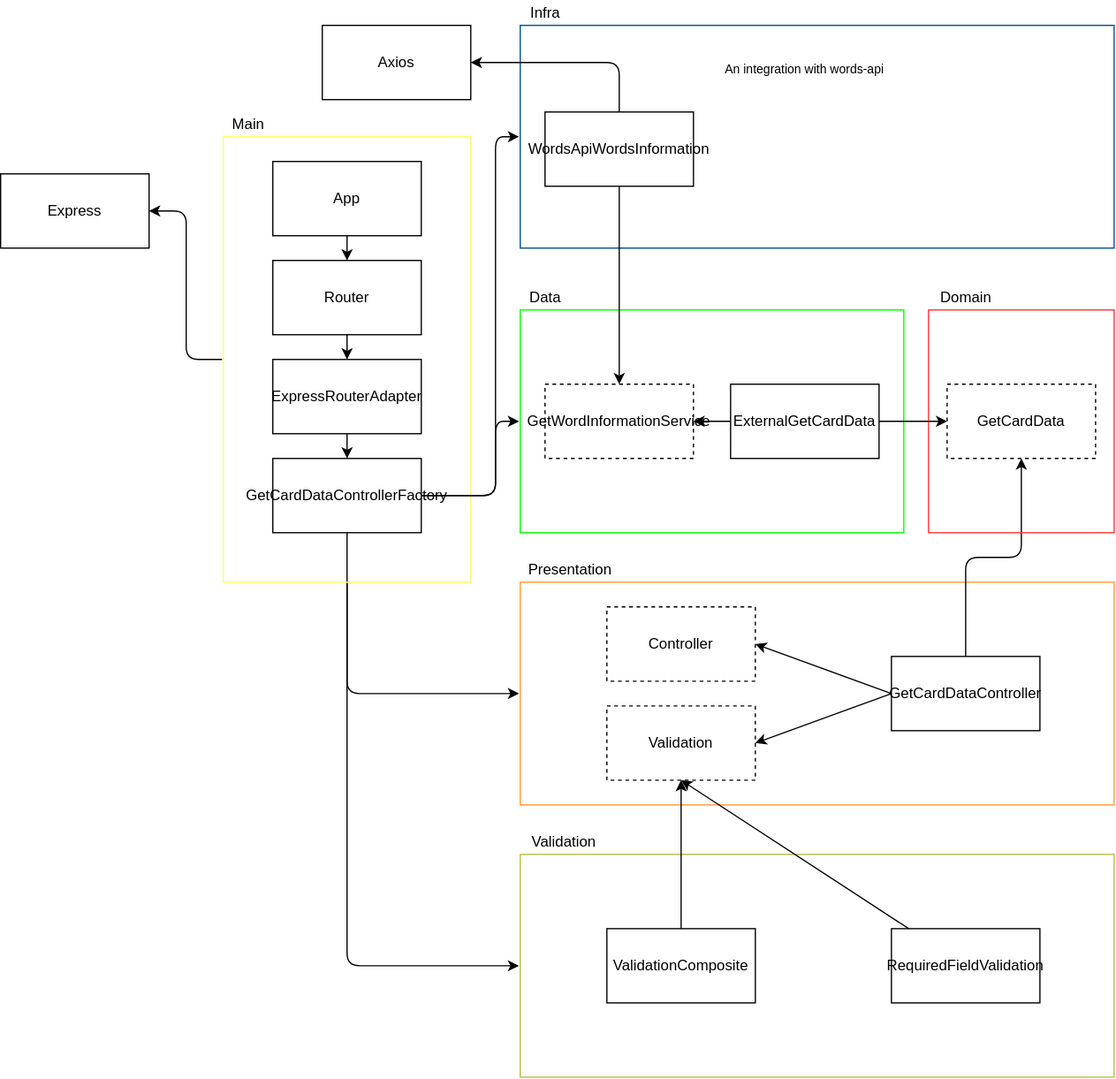
The draw.io diagram diagram.drawio.svg in saymow/Anki-Vocabulary-Builder-Helper, before a commit. Source tidied: cells renumbered, new cells last; positions are measured from the earlier drawing's top-left corner, leaving out a move shared by most shapes.
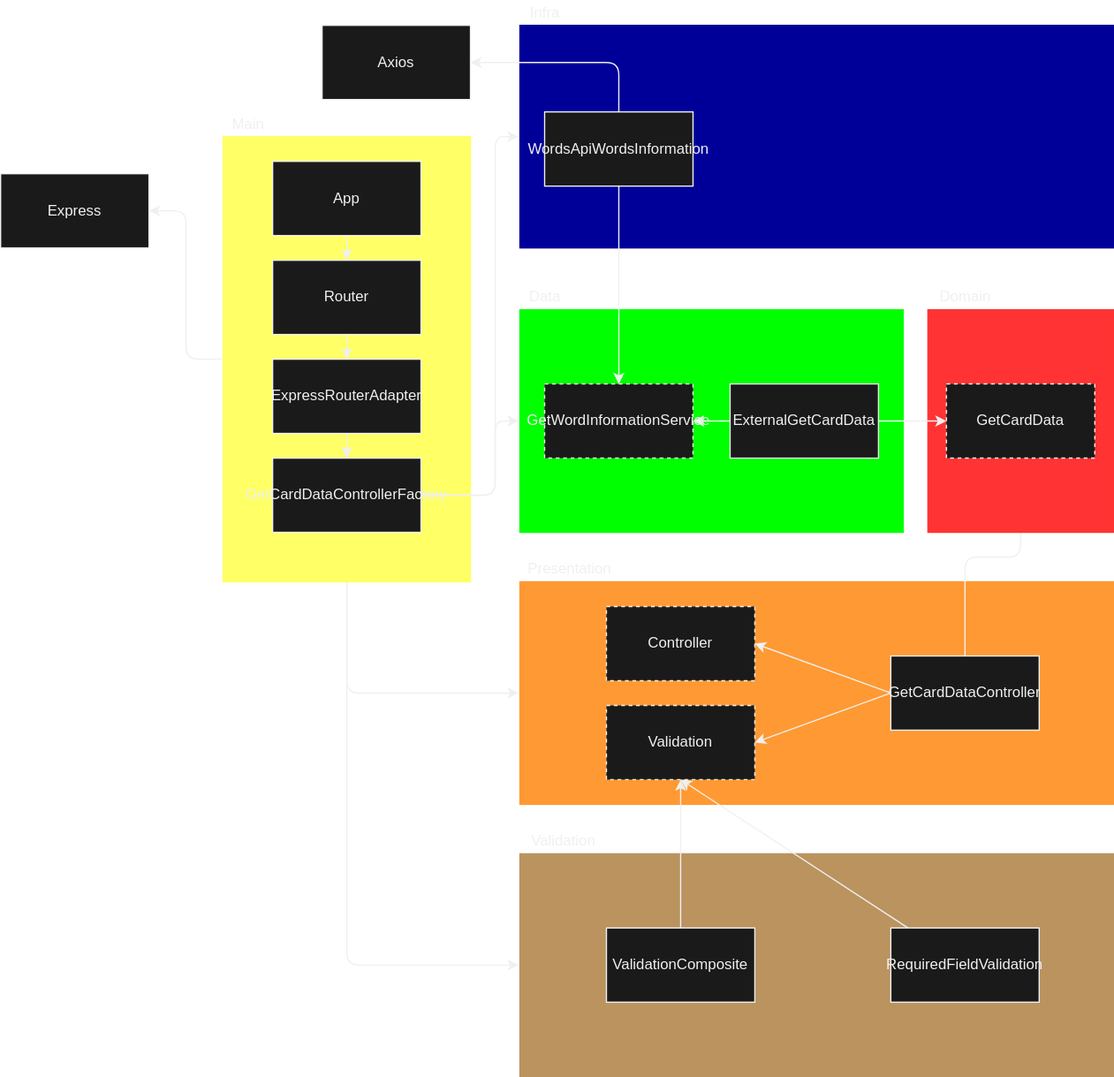
Later version of the same file.

Commit message:
chore: update dependencies diagram

Change to the diagram source:
```diff
@@ -2,7 +2,7 @@
   <root>
     <mxCell id="0" />
     <mxCell id="1" parent="0" />
-    <mxCell id="2" style="edgeStyle=none;html=1;entryX=1;entryY=0.5;entryDx=0;entryDy=0;" parent="1" edge="1" source="5" target="13">
+    <mxCell id="2" style="edgeStyle=none;html=1;entryX=1;entryY=0.5;entryDx=0;entryDy=0;fontColor=#F0F0F0;strokeColor=#F0F0F0;" parent="1" edge="1" source="5" target="13">
       <mxGeometry relative="1" as="geometry">
         <Array as="points">
           <mxPoint x="150" y="290" />
@@ -10,51 +10,51 @@
         </Array>
       </mxGeometry>
     </mxCell>
-    <mxCell id="3" style="edgeStyle=none;html=1;entryX=0;entryY=0.5;entryDx=0;entryDy=0;" parent="1" edge="1" source="5" target="14">
+    <mxCell id="3" style="edgeStyle=none;html=1;entryX=0;entryY=0.5;entryDx=0;entryDy=0;fontColor=#F0F0F0;strokeColor=#F0F0F0;" parent="1" edge="1" source="5" target="14">
       <mxGeometry relative="1" as="geometry">
         <Array as="points">
           <mxPoint x="280" y="560" />
         </Array>
       </mxGeometry>
     </mxCell>
-    <mxCell id="4" style="edgeStyle=none;html=1;entryX=0;entryY=0.5;entryDx=0;entryDy=0;exitX=0.5;exitY=1;exitDx=0;exitDy=0;" parent="1" edge="1" source="17" target="24">
+    <mxCell id="4" style="edgeStyle=none;html=1;entryX=0;entryY=0.5;entryDx=0;entryDy=0;exitX=0.5;exitY=1;exitDx=0;exitDy=0;fontColor=#F0F0F0;strokeColor=#F0F0F0;" parent="1" edge="1" source="17" target="24">
       <mxGeometry relative="1" as="geometry">
         <Array as="points">
           <mxPoint x="280" y="780" />
         </Array>
       </mxGeometry>
     </mxCell>
-    <mxCell id="5" style="rounded=0;whiteSpace=wrap;html=1;fillColor=none;fontColor=#000000;strokeColor=#FFFF66;perimeterSpacing=1;" parent="1" vertex="1">
+    <mxCell id="5" style="rounded=0;whiteSpace=wrap;html=1;fillColor=#FFFF66;fontColor=#F0F0F0;strokeColor=#FFFF66;perimeterSpacing=1;" parent="1" vertex="1">
       <mxGeometry x="180" y="110" width="200" height="360" as="geometry" />
     </mxCell>
-    <mxCell id="6" value="Main&lt;br&gt;" style="text;html=1;align=center;verticalAlign=middle;strokeColor=none;fillColor=none;" parent="1" vertex="1">
+    <mxCell id="6" value="Main&lt;br&gt;" style="text;html=1;align=center;verticalAlign=middle;strokeColor=none;fillColor=none;fontColor=#F0F0F0;" parent="1" vertex="1">
       <mxGeometry x="180" y="90" width="40" height="20" as="geometry" />
     </mxCell>
-    <mxCell id="7" style="edgeStyle=none;html=1;entryX=0.5;entryY=0;entryDx=0;entryDy=0;" parent="1" edge="1" source="8" target="10">
+    <mxCell id="7" style="edgeStyle=none;html=1;entryX=0.5;entryY=0;entryDx=0;entryDy=0;fontColor=#F0F0F0;strokeColor=#F0F0F0;" parent="1" edge="1" source="8" target="10">
       <mxGeometry relative="1" as="geometry" />
     </mxCell>
-    <mxCell id="8" value="App" style="rounded=0;whiteSpace=wrap;html=1;fillColor=none;" parent="1" vertex="1">
+    <mxCell id="8" value="App" style="rounded=0;whiteSpace=wrap;html=1;fillColor=#1A1A1A;fontColor=#F0F0F0;strokeColor=#F0F0F0;" parent="1" vertex="1">
       <mxGeometry x="220" y="130" width="120" height="60" as="geometry" />
     </mxCell>
-    <mxCell id="9" style="edgeStyle=none;html=1;entryX=0.5;entryY=0;entryDx=0;entryDy=0;" parent="1" edge="1" source="10" target="12">
+    <mxCell id="9" style="edgeStyle=none;html=1;entryX=0.5;entryY=0;entryDx=0;entryDy=0;fontColor=#F0F0F0;strokeColor=#F0F0F0;" parent="1" edge="1" source="10" target="12">
       <mxGeometry relative="1" as="geometry" />
     </mxCell>
-    <mxCell id="10" value="Router" style="rounded=0;whiteSpace=wrap;html=1;fillColor=none;" parent="1" vertex="1">
+    <mxCell id="10" value="Router" style="rounded=0;whiteSpace=wrap;html=1;fillColor=#1A1A1A;fontColor=#F0F0F0;strokeColor=#F0F0F0;" parent="1" vertex="1">
       <mxGeometry x="220" y="210" width="120" height="60" as="geometry" />
     </mxCell>
-    <mxCell id="11" style="edgeStyle=none;html=1;entryX=0.5;entryY=0;entryDx=0;entryDy=0;" parent="1" edge="1" source="12" target="17">
+    <mxCell id="11" style="edgeStyle=none;html=1;entryX=0.5;entryY=0;entryDx=0;entryDy=0;fontColor=#F0F0F0;strokeColor=#F0F0F0;" parent="1" edge="1" source="12" target="17">
       <mxGeometry relative="1" as="geometry" />
     </mxCell>
-    <mxCell id="12" value="ExpressRouterAdapter" style="rounded=0;whiteSpace=wrap;html=1;fillColor=none;" parent="1" vertex="1">
+    <mxCell id="12" value="ExpressRouterAdapter" style="rounded=0;whiteSpace=wrap;html=1;fillColor=#1A1A1A;fontColor=#F0F0F0;strokeColor=#F0F0F0;" parent="1" vertex="1">
       <mxGeometry x="220" y="290" width="120" height="60" as="geometry" />
     </mxCell>
-    <mxCell id="13" value="Express" style="rounded=0;whiteSpace=wrap;html=1;fillColor=none;" parent="1" vertex="1">
+    <mxCell id="13" value="Express" style="rounded=0;whiteSpace=wrap;html=1;fillColor=#1A1A1A;fontColor=#F0F0F0;strokeColor=#F0F0F0;" parent="1" vertex="1">
       <mxGeometry y="140" width="120" height="60" as="geometry" />
     </mxCell>
-    <mxCell id="14" style="rounded=0;whiteSpace=wrap;html=1;fillColor=none;fontColor=#000000;strokeColor=#FF9933;perimeterSpacing=1;" parent="1" vertex="1">
+    <mxCell id="14" style="rounded=0;whiteSpace=wrap;html=1;fillColor=#FF9933;fontColor=#000000;strokeColor=#FF9933;perimeterSpacing=1;" parent="1" vertex="1">
       <mxGeometry x="420" y="470" width="480" height="180" as="geometry" />
     </mxCell>
-    <mxCell id="15" style="edgeStyle=none;html=1;entryX=0;entryY=0.5;entryDx=0;entryDy=0;" parent="1" edge="1" source="17" target="34">
+    <mxCell id="15" style="edgeStyle=none;html=1;entryX=0;entryY=0.5;entryDx=0;entryDy=0;fontColor=#F0F0F0;strokeColor=#F0F0F0;" parent="1" edge="1" source="17" target="34">
       <mxGeometry relative="1" as="geometry">
         <Array as="points">
           <mxPoint x="400" y="400" />
@@ -62,7 +62,7 @@
         </Array>
       </mxGeometry>
     </mxCell>
-    <mxCell id="16" style="edgeStyle=none;html=1;entryX=0;entryY=0.5;entryDx=0;entryDy=0;" parent="1" edge="1" source="17" target="40">
+    <mxCell id="16" style="edgeStyle=none;html=1;entryX=0;entryY=0.5;entryDx=0;entryDy=0;fontColor=#F0F0F0;strokeColor=#F0F0F0;" parent="1" edge="1" source="17" target="40">
       <mxGeometry relative="1" as="geometry">
         <Array as="points">
           <mxPoint x="400" y="400" />
@@ -70,19 +70,19 @@
         </Array>
       </mxGeometry>
     </mxCell>
-    <mxCell id="17" value="GetCardDataControllerFactory" style="rounded=0;whiteSpace=wrap;html=1;fillColor=none;" parent="1" vertex="1">
+    <mxCell id="17" value="GetCardDataControllerFactory" style="rounded=0;whiteSpace=wrap;html=1;fillColor=#1A1A1A;fontColor=#F0F0F0;strokeColor=#F0F0F0;" parent="1" vertex="1">
       <mxGeometry x="220" y="370" width="120" height="60" as="geometry" />
     </mxCell>
-    <mxCell id="18" value="Presentation" style="text;html=1;align=center;verticalAlign=middle;strokeColor=none;fillColor=none;" parent="1" vertex="1">
+    <mxCell id="18" value="Presentation" style="text;html=1;align=center;verticalAlign=middle;strokeColor=none;fillColor=none;fontColor=#F0F0F0;" parent="1" vertex="1">
       <mxGeometry x="420" y="450" width="80" height="20" as="geometry" />
     </mxCell>
-    <mxCell id="19" style="edgeStyle=none;html=1;entryX=1;entryY=0.5;entryDx=0;entryDy=0;exitX=0;exitY=0.5;exitDx=0;exitDy=0;" parent="1" edge="1" source="22" target="23">
+    <mxCell id="19" style="edgeStyle=none;html=1;entryX=1;entryY=0.5;entryDx=0;entryDy=0;exitX=0;exitY=0.5;exitDx=0;exitDy=0;fontColor=#F0F0F0;strokeColor=#F0F0F0;" parent="1" edge="1" source="22" target="23">
       <mxGeometry relative="1" as="geometry" />
     </mxCell>
-    <mxCell id="20" style="edgeStyle=none;html=1;entryX=1;entryY=0.5;entryDx=0;entryDy=0;exitX=0;exitY=0.5;exitDx=0;exitDy=0;" parent="1" edge="1" source="22" target="26">
+    <mxCell id="20" style="edgeStyle=none;html=1;entryX=1;entryY=0.5;entryDx=0;entryDy=0;exitX=0;exitY=0.5;exitDx=0;exitDy=0;fontColor=#F0F0F0;strokeColor=#F0F0F0;" parent="1" edge="1" source="22" target="26">
       <mxGeometry relative="1" as="geometry" />
     </mxCell>
-    <mxCell id="21" style="edgeStyle=none;html=1;" parent="1" edge="1" source="22" target="33">
+    <mxCell id="21" style="edgeStyle=none;html=1;fontColor=#F0F0F0;strokeColor=#F0F0F0;" parent="1" edge="1" source="22" target="33">
       <mxGeometry relative="1" as="geometry">
         <Array as="points">
           <mxPoint x="780" y="450" />
@@ -90,84 +90,81 @@
         </Array>
       </mxGeometry>
     </mxCell>
-    <mxCell id="22" value="GetCardDataController" style="rounded=0;whiteSpace=wrap;html=1;fillColor=none;" parent="1" vertex="1">
+    <mxCell id="22" value="GetCardDataController" style="rounded=0;whiteSpace=wrap;html=1;fillColor=#1A1A1A;fontColor=#F0F0F0;strokeColor=#F0F0F0;" parent="1" vertex="1">
       <mxGeometry x="720" y="530" width="120" height="60" as="geometry" />
     </mxCell>
-    <mxCell id="23" value="Controller" style="rounded=0;whiteSpace=wrap;html=1;fillColor=none;dashed=1;" parent="1" vertex="1">
+    <mxCell id="23" value="Controller" style="rounded=0;whiteSpace=wrap;html=1;fillColor=#1A1A1A;dashed=1;fontColor=#F0F0F0;strokeColor=#F0F0F0;" parent="1" vertex="1">
       <mxGeometry x="490" y="490" width="120" height="60" as="geometry" />
     </mxCell>
-    <mxCell id="24" style="rounded=0;whiteSpace=wrap;html=1;fillColor=none;fontColor=#000000;strokeColor=#BABA4A;perimeterSpacing=1;" parent="1" vertex="1">
+    <mxCell id="24" style="rounded=0;whiteSpace=wrap;html=1;fillColor=#BA935F;fontColor=#000000;strokeColor=#BA935F;perimeterSpacing=1;" parent="1" vertex="1">
       <mxGeometry x="420" y="690" width="480" height="180" as="geometry" />
     </mxCell>
-    <mxCell id="25" value="Validation" style="text;html=1;align=center;verticalAlign=middle;strokeColor=none;fillColor=none;" parent="1" vertex="1">
+    <mxCell id="25" value="Validation" style="text;html=1;align=center;verticalAlign=middle;strokeColor=none;fillColor=none;fontColor=#F0F0F0;" parent="1" vertex="1">
       <mxGeometry x="420" y="670" width="70" height="20" as="geometry" />
     </mxCell>
-    <mxCell id="26" value="Validation" style="rounded=0;whiteSpace=wrap;html=1;fillColor=none;dashed=1;" parent="1" vertex="1">
+    <mxCell id="26" value="Validation" style="rounded=0;whiteSpace=wrap;html=1;fillColor=#1A1A1A;dashed=1;fontColor=#F0F0F0;strokeColor=#F0F0F0;" parent="1" vertex="1">
       <mxGeometry x="490" y="570" width="120" height="60" as="geometry" />
     </mxCell>
-    <mxCell id="27" style="edgeStyle=none;html=1;entryX=0.5;entryY=1;entryDx=0;entryDy=0;" parent="1" edge="1" source="28" target="26">
+    <mxCell id="27" style="edgeStyle=none;html=1;entryX=0.5;entryY=1;entryDx=0;entryDy=0;fontColor=#F0F0F0;strokeColor=#F0F0F0;" parent="1" edge="1" source="28" target="26">
       <mxGeometry relative="1" as="geometry" />
     </mxCell>
-    <mxCell id="28" value="ValidationComposite" style="rounded=0;whiteSpace=wrap;html=1;fillColor=none;" parent="1" vertex="1">
+    <mxCell id="28" value="ValidationComposite" style="rounded=0;whiteSpace=wrap;html=1;fillColor=#1A1A1A;fontColor=#F0F0F0;strokeColor=#F0F0F0;" parent="1" vertex="1">
       <mxGeometry x="490" y="750" width="120" height="60" as="geometry" />
     </mxCell>
-    <mxCell id="29" style="edgeStyle=none;html=1;entryX=0.5;entryY=1;entryDx=0;entryDy=0;" parent="1" edge="1" source="30" target="26">
+    <mxCell id="29" style="edgeStyle=none;html=1;entryX=0.5;entryY=1;entryDx=0;entryDy=0;fontColor=#F0F0F0;strokeColor=#F0F0F0;" parent="1" edge="1" source="30" target="26">
       <mxGeometry relative="1" as="geometry" />
     </mxCell>
-    <mxCell id="30" value="RequiredFieldValidation" style="rounded=0;whiteSpace=wrap;html=1;fillColor=none;" parent="1" vertex="1">
+    <mxCell id="30" value="RequiredFieldValidation" style="rounded=0;whiteSpace=wrap;html=1;fillColor=#1A1A1A;fontColor=#F0F0F0;strokeColor=#F0F0F0;" parent="1" vertex="1">
       <mxGeometry x="720" y="750" width="120" height="60" as="geometry" />
     </mxCell>
-    <mxCell id="31" style="rounded=0;whiteSpace=wrap;html=1;fillColor=none;fontColor=#000000;strokeColor=#FF3333;perimeterSpacing=1;fontStyle=1;" parent="1" vertex="1">
+    <mxCell id="31" style="rounded=0;whiteSpace=wrap;html=1;fillColor=#FF3333;fontColor=#000000;strokeColor=#FF3333;perimeterSpacing=1;fontStyle=1;" parent="1" vertex="1">
       <mxGeometry x="750" y="250" width="150" height="180" as="geometry" />
     </mxCell>
-    <mxCell id="32" value="Domain" style="text;html=1;align=center;verticalAlign=middle;strokeColor=none;fillColor=none;" parent="1" vertex="1">
+    <mxCell id="32" value="Domain" style="text;html=1;align=center;verticalAlign=middle;strokeColor=none;fillColor=none;fontColor=#F0F0F0;" parent="1" vertex="1">
       <mxGeometry x="750" y="230" width="60" height="20" as="geometry" />
     </mxCell>
-    <mxCell id="33" value="GetCardData" style="rounded=0;whiteSpace=wrap;html=1;fillColor=none;dashed=1;" parent="1" vertex="1">
+    <mxCell id="33" value="GetCardData" style="rounded=0;whiteSpace=wrap;html=1;fillColor=#1A1A1A;dashed=1;fontColor=#F0F0F0;strokeColor=#F0F0F0;" parent="1" vertex="1">
       <mxGeometry x="765" y="310" width="120" height="60" as="geometry" />
     </mxCell>
-    <mxCell id="34" style="rounded=0;whiteSpace=wrap;html=1;fillColor=none;fontColor=#000000;strokeColor=#00FF00;perimeterSpacing=1;" parent="1" vertex="1">
+    <mxCell id="34" style="rounded=0;whiteSpace=wrap;html=1;fillColor=#00FF00;fontColor=#F0F0F0;strokeColor=#00FF00;perimeterSpacing=1;" parent="1" vertex="1">
       <mxGeometry x="420" y="250" width="310" height="180" as="geometry" />
     </mxCell>
-    <mxCell id="35" value="Data" style="text;html=1;align=center;verticalAlign=middle;strokeColor=none;fillColor=none;" parent="1" vertex="1">
+    <mxCell id="35" value="Data" style="text;html=1;align=center;verticalAlign=middle;strokeColor=none;fillColor=none;fontColor=#F0F0F0;" parent="1" vertex="1">
       <mxGeometry x="420" y="230" width="40" height="20" as="geometry" />
     </mxCell>
-    <mxCell id="36" style="edgeStyle=none;html=1;entryX=0;entryY=0.5;entryDx=0;entryDy=0;" parent="1" edge="1" source="38" target="33">
+    <mxCell id="36" style="edgeStyle=none;html=1;entryX=0;entryY=0.5;entryDx=0;entryDy=0;fontColor=#F0F0F0;strokeColor=#F0F0F0;" parent="1" edge="1" source="38" target="33">
       <mxGeometry relative="1" as="geometry" />
     </mxCell>
-    <mxCell id="37" style="edgeStyle=none;html=1;" parent="1" edge="1" source="38" target="39">
+    <mxCell id="37" style="edgeStyle=none;html=1;fontColor=#F0F0F0;strokeColor=#F0F0F0;" parent="1" edge="1" source="38" target="39">
       <mxGeometry relative="1" as="geometry" />
     </mxCell>
-    <mxCell id="38" value="ExternalGetCardData" style="rounded=0;whiteSpace=wrap;html=1;fillColor=none;" parent="1" vertex="1">
+    <mxCell id="38" value="ExternalGetCardData" style="rounded=0;whiteSpace=wrap;html=1;fillColor=#1A1A1A;fontColor=#F0F0F0;strokeColor=#F0F0F0;" parent="1" vertex="1">
       <mxGeometry x="590" y="310" width="120" height="60" as="geometry" />
     </mxCell>
-    <mxCell id="39" value="GetWordInformationService" style="rounded=0;whiteSpace=wrap;html=1;fillColor=none;dashed=1;" parent="1" vertex="1">
+    <mxCell id="39" value="GetWordInformationService" style="rounded=0;whiteSpace=wrap;html=1;fillColor=#1A1A1A;dashed=1;fontColor=#F0F0F0;strokeColor=#F0F0F0;" parent="1" vertex="1">
       <mxGeometry x="440" y="310" width="120" height="60" as="geometry" />
     </mxCell>
-    <mxCell id="40" style="rounded=0;whiteSpace=wrap;html=1;fillColor=none;fontColor=#000000;strokeColor=#004C99;perimeterSpacing=1;" parent="1" vertex="1">
+    <mxCell id="40" style="rounded=0;whiteSpace=wrap;html=1;fillColor=#000099;fontColor=#000000;strokeColor=#000099;perimeterSpacing=1;" parent="1" vertex="1">
       <mxGeometry x="420" y="20" width="480" height="180" as="geometry" />
     </mxCell>
-    <mxCell id="41" value="Infra" style="text;html=1;align=center;verticalAlign=middle;strokeColor=none;fillColor=none;" parent="1" vertex="1">
+    <mxCell id="41" value="Infra" style="text;html=1;align=center;verticalAlign=middle;strokeColor=none;fillColor=none;fontColor=#F0F0F0;" parent="1" vertex="1">
       <mxGeometry x="420" width="40" height="20" as="geometry" />
     </mxCell>
-    <mxCell id="42" style="edgeStyle=none;html=1;entryX=0.5;entryY=0;entryDx=0;entryDy=0;" parent="1" edge="1" source="44" target="39">
+    <mxCell id="42" style="edgeStyle=none;html=1;entryX=0.5;entryY=0;entryDx=0;entryDy=0;fontColor=#F0F0F0;strokeColor=#F0F0F0;" parent="1" edge="1" source="44" target="39">
       <mxGeometry relative="1" as="geometry" />
     </mxCell>
-    <mxCell id="43" style="edgeStyle=none;html=1;entryX=1;entryY=0.5;entryDx=0;entryDy=0;" parent="1" edge="1" source="44" target="45">
+    <mxCell id="43" style="edgeStyle=none;html=1;entryX=1;entryY=0.5;entryDx=0;entryDy=0;fontColor=#F0F0F0;strokeColor=#F0F0F0;" parent="1" edge="1" source="44" target="45">
       <mxGeometry relative="1" as="geometry">
         <Array as="points">
           <mxPoint x="500" y="50" />
         </Array>
       </mxGeometry>
     </mxCell>
-    <mxCell id="44" value="WordsApiWordsInformation" style="rounded=0;whiteSpace=wrap;html=1;fillColor=none;" parent="1" vertex="1">
+    <mxCell id="44" value="WordsApiWordsInformation" style="rounded=0;whiteSpace=wrap;html=1;fillColor=#1A1A1A;fontColor=#F0F0F0;strokeColor=#F0F0F0;" parent="1" vertex="1">
       <mxGeometry x="440" y="90" width="120" height="60" as="geometry" />
     </mxCell>
-    <mxCell id="45" value="Axios" style="rounded=0;whiteSpace=wrap;html=1;fillColor=none;" parent="1" vertex="1">
+    <mxCell id="45" value="Axios" style="rounded=0;whiteSpace=wrap;html=1;fillColor=#1A1A1A;fontColor=#F0F0F0;strokeColor=#F0F0F0;" parent="1" vertex="1">
       <mxGeometry x="260" y="20" width="120" height="60" as="geometry" />
     </mxCell>
-    <mxCell id="46" value="&lt;p style=&quot;line-height: 1.2&quot;&gt;&lt;font style=&quot;font-size: 10px&quot;&gt;An integration with words-api&lt;/font&gt;&lt;/p&gt;" style="shape=callout;whiteSpace=wrap;html=1;perimeter=calloutPerimeter;strokeColor=#FFFFFF;size=30;position=0.07;position2=0;base=20;" parent="1" vertex="1">
-      <mxGeometry x="580" y="40" width="140" height="60" as="geometry" />
-    </mxCell>
   </root>
 </mxGraphModel>
```
